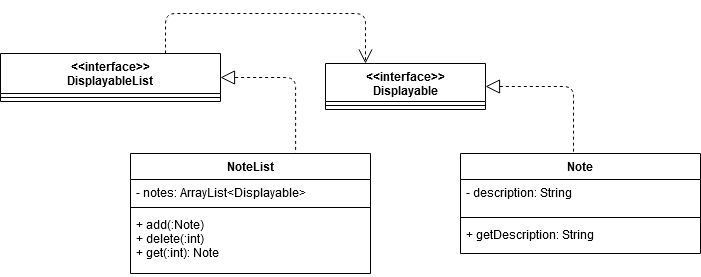
nus-cs2113-AY2021S1/tp keeps this draw.io diagram as docs/images/NoteListClassDiagram.png. Above is the earlier version. Source tidied: cells renumbered, new cells last; positions are measured from the earlier drawing's top-left corner, leaving out a move shared by most shapes.
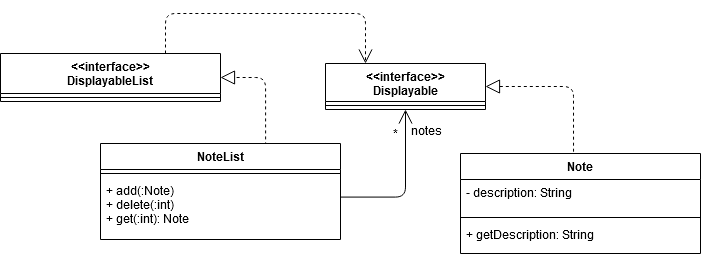
Later version of the same file.

Commit message:
edited DG, made amendments to class diagrams

The edit, as a diff of the source:
```diff
@@ -18,16 +18,13 @@
       <mxGeometry relative="1" as="geometry" />
     </mxCell>
     <mxCell id="7" value="NoteList" style="swimlane;fontStyle=1;align=center;verticalAlign=top;horizontal=1;startSize=26;" parent="1" vertex="1">
-      <mxGeometry x="130" y="140" width="240" height="120" as="geometry" />
+      <mxGeometry x="100" y="130" width="240" height="96" as="geometry" />
     </mxCell>
-    <mxCell id="8" value="- notes: ArrayList&lt;Displayable&gt;" style="text;strokeColor=none;fillColor=none;align=left;verticalAlign=top;spacingLeft=4;spacingRight=4;overflow=hidden;" parent="7" vertex="1">
-      <mxGeometry y="26" width="240" height="24" as="geometry" />
-    </mxCell>
     <mxCell id="9" style="line;strokeWidth=1;fillColor=none;align=left;verticalAlign=middle;spacingTop=-1;spacingLeft=3;spacingRight=3;labelPosition=right;" parent="7" vertex="1">
-      <mxGeometry y="50" width="240" height="8" as="geometry" />
+      <mxGeometry y="26" width="240" height="8" as="geometry" />
     </mxCell>
     <mxCell id="10" value="+ add(:Note)&#10;+ delete(:int)&#10;+ get(:int): Note&#10;" style="text;strokeColor=none;fillColor=none;align=left;verticalAlign=top;spacingLeft=4;spacingRight=4;overflow=hidden;points=[[0,0.5],[1,0.5]];portConstraint=eastwest;" parent="7" vertex="1">
-      <mxGeometry y="58" width="240" height="62" as="geometry" />
+      <mxGeometry y="34" width="240" height="62" as="geometry" />
     </mxCell>
     <mxCell id="11" value="Note" style="swimlane;fontStyle=1;align=center;verticalAlign=top;horizontal=1;startSize=26;" parent="1" vertex="1">
       <mxGeometry x="460" y="140" width="240" height="100" as="geometry" />
@@ -52,5 +49,14 @@
         </Array>
       </mxGeometry>
     </mxCell>
+    <mxCell id="17" style="endArrow=open;endFill=1;endSize=12;html=1;exitX=1.001;exitY=0.316;exitDx=0;exitDy=0;exitPerimeter=0;entryX=0.5;entryY=1;entryDx=0;entryDy=0;edgeStyle=orthogonalEdgeStyle;" parent="1" edge="1" source="10" target="2">
+      <mxGeometry relative="1" as="geometry" />
+    </mxCell>
+    <mxCell id="18" value="*" style="text;html=1;align=center;verticalAlign=middle;" parent="1" vertex="1">
+      <mxGeometry x="385" y="110" width="20" height="20" as="geometry" />
+    </mxCell>
+    <mxCell id="19" value="notes" style="text;html=1;align=center;verticalAlign=middle;" parent="1" vertex="1">
+      <mxGeometry x="406" y="107" width="40" height="20" as="geometry" />
+    </mxCell>
   </root>
 </mxGraphModel>
```
